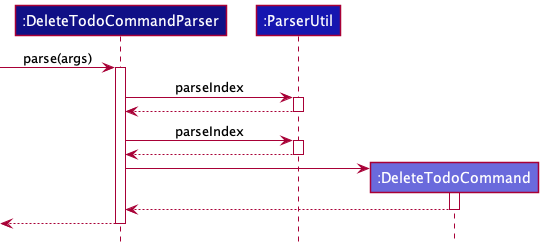
Before: docs/images/DeleteTodoParserSequenceDiagram.png, a diagram exported from PlantUML (nus-cs2103-AY2021S2/tp). The source it was exported from:
```plantuml
@startuml
!include style.puml


participant ":DeleteTodoCommandParser" as DeleteTodoCommandParser LOGIC_COLOR_T4
participant ":ParserUtil" as ParserUtil LOGIC_COLOR_T3
participant ":DeleteTodoCommand" as DeleteTodoCommand LOGIC_COLOR_T2

[-> DeleteTodoCommandParser : parse(args)
activate DeleteTodoCommandParser

DeleteTodoCommandParser -> ParserUtil : parseIndex
activate ParserUtil
ParserUtil --> DeleteTodoCommandParser
deactivate ParserUtil

DeleteTodoCommandParser -> ParserUtil : parseIndex
activate ParserUtil
ParserUtil --> DeleteTodoCommandParser
deactivate ParserUtil

create DeleteTodoCommand
DeleteTodoCommandParser -> DeleteTodoCommand
activate DeleteTodoCommand
DeleteTodoCommand --> DeleteTodoCommandParser
deactivate DeleteTodoCommand

[<-- DeleteTodoCommandParser
deactivate DeleteTodoCommandParser
@enduml
```
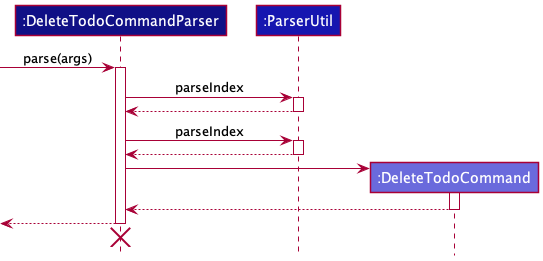
The same diagram one commit later.

Change to the diagram source:
```diff
@@ -27,4 +27,6 @@
 
 [<-- DeleteTodoCommandParser
 deactivate DeleteTodoCommandParser
+DeleteTodoCommandParser -[hidden]->
+destroy DeleteTodoCommandParser
 @enduml
```
